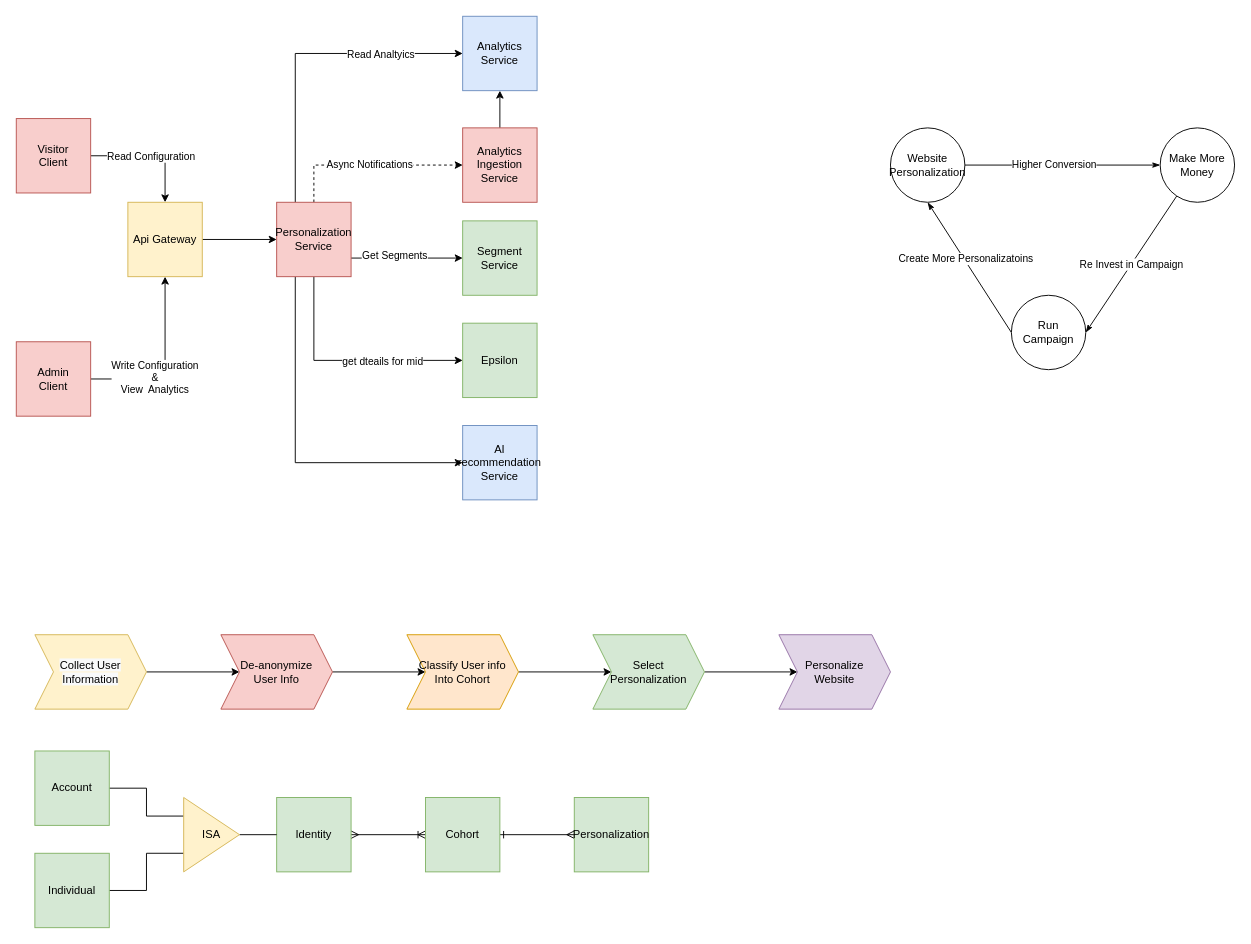
The draw.io diagram page "website personalization" (1 of 3) of Untitled Diagram.drawio in DogaCUlupinar/Compiler, before the edit. Source tidied: cells renumbered, new cells numbered last; positions are measured from the earlier drawing's top-left corner, leaving out a move shared by most shapes. Both pictures are drawn from the tidied source at 93%, with x=0, y=0 at pixel (16, 16).
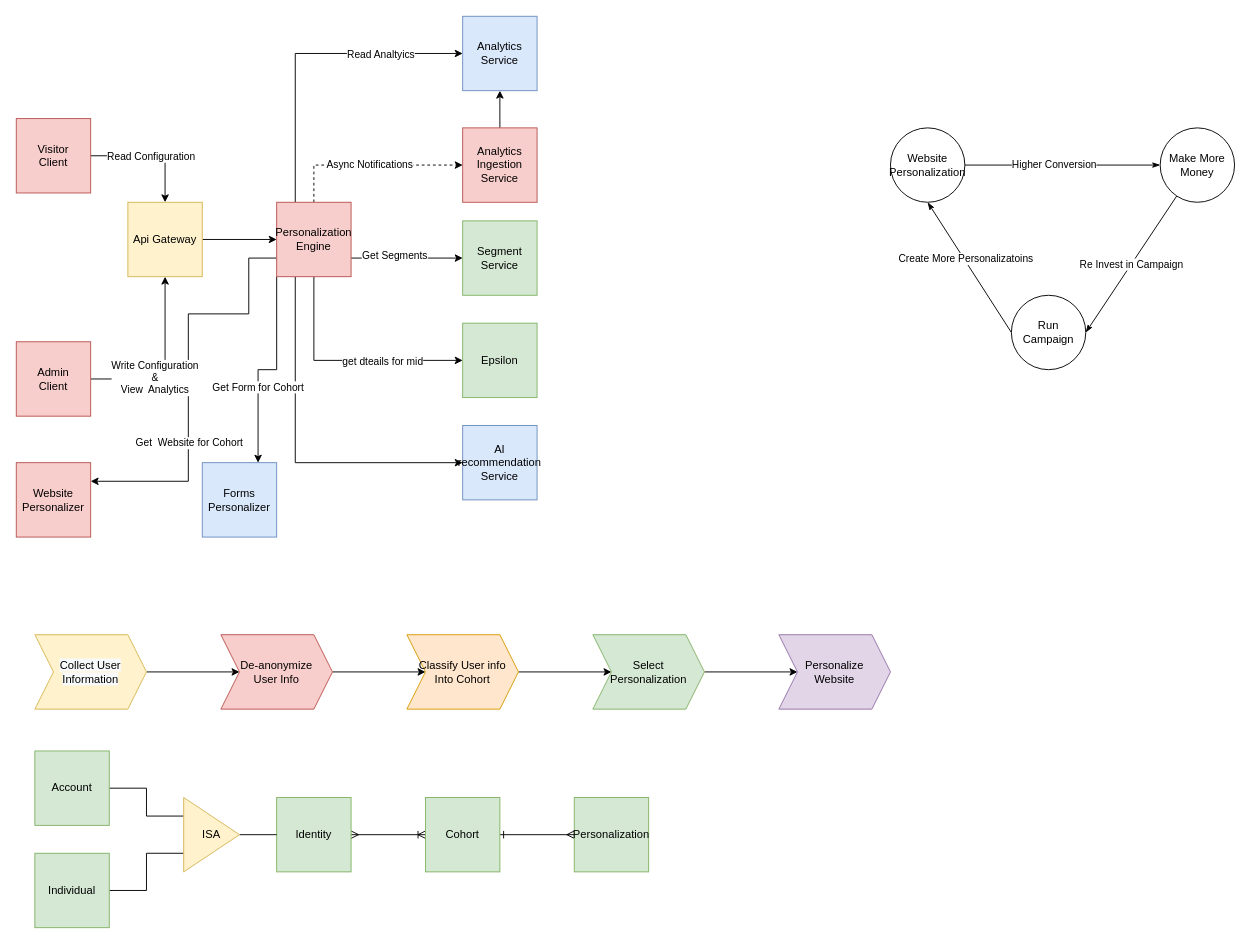
The same page after the edit.

The edit, as a diff of the source:
```diff
@@
+    <mxCell id="53" style="edgeStyle=orthogonalEdgeStyle;rounded=0;jettySize=auto;html=1;exitX=0;exitY=0.75;exitDx=0;exitDy=0;entryX=1;entryY=0.25;entryDx=0;entryDy=0;" parent="1" edge="1" source="13" target="57">
+      <mxGeometry relative="1" as="geometry">
+        <Array as="points">
+          <mxPoint x="250" y="260" />
+          <mxPoint x="250" y="320" />
+          <mxPoint x="185" y="320" />
+          <mxPoint x="185" y="500" />
+        </Array>
+      </mxGeometry>
+    </mxCell>
+    <mxCell id="54" value="Get&amp;nbsp; Website for Cohort" style="edgeLabel;html=1;align=center;verticalAlign=middle;" parent="53" vertex="1">
+      <mxGeometry x="0.33" relative="1" as="geometry" />
+    </mxCell>
+    <mxCell id="55" style="edgeStyle=orthogonalEdgeStyle;rounded=0;jettySize=auto;html=1;exitX=0;exitY=1;exitDx=0;exitDy=0;entryX=0.75;entryY=0;entryDx=0;entryDy=0;" parent="1" edge="1" source="13" target="58">
+      <mxGeometry relative="1" as="geometry" />
+    </mxCell>
+    <mxCell id="56" value="Get Form for Cohort" style="edgeLabel;html=1;align=center;verticalAlign=middle;" parent="55" vertex="1">
+      <mxGeometry x="0.25" y="-1" relative="1" as="geometry" />
+    </mxCell>
-    <mxCell id="13" value="Personalization&lt;br&gt;Service" style="whiteSpace=wrap;html=1;fillColor=#f8cecc;strokeColor=#b85450;" parent="1" vertex="1">
+    <mxCell id="13" value="Personalization&lt;br&gt;Engine" style="whiteSpace=wrap;html=1;fillColor=#f8cecc;strokeColor=#b85450;" parent="1" vertex="1">
       <mxGeometry x="280" y="200" width="80" height="80" as="geometry" />
     </mxCell>
@@
+    <mxCell id="57" value="Website Personalizer" style="whiteSpace=wrap;html=1;fillColor=#f8cecc;strokeColor=#b85450;" parent="1" vertex="1">
+      <mxGeometry y="480" width="80" height="80" as="geometry" />
+    </mxCell>
+    <mxCell id="58" value="Forms Personalizer" style="whiteSpace=wrap;html=1;fillColor=#dae8fc;strokeColor=#6c8ebf;" parent="1" vertex="1">
+      <mxGeometry x="200" y="480" width="80" height="80" as="geometry" />
+    </mxCell>
```
